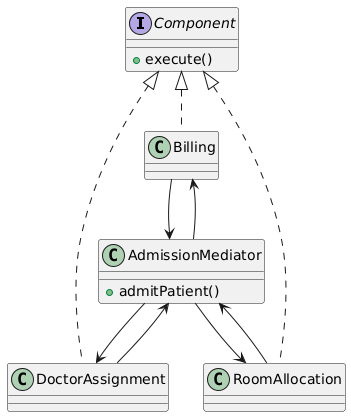
Earlier version of the PlantUML export SWE/Semester2/Deliverable#4/uml/Mediator2.png (MohamedMostafa259/Health-Information-Network).
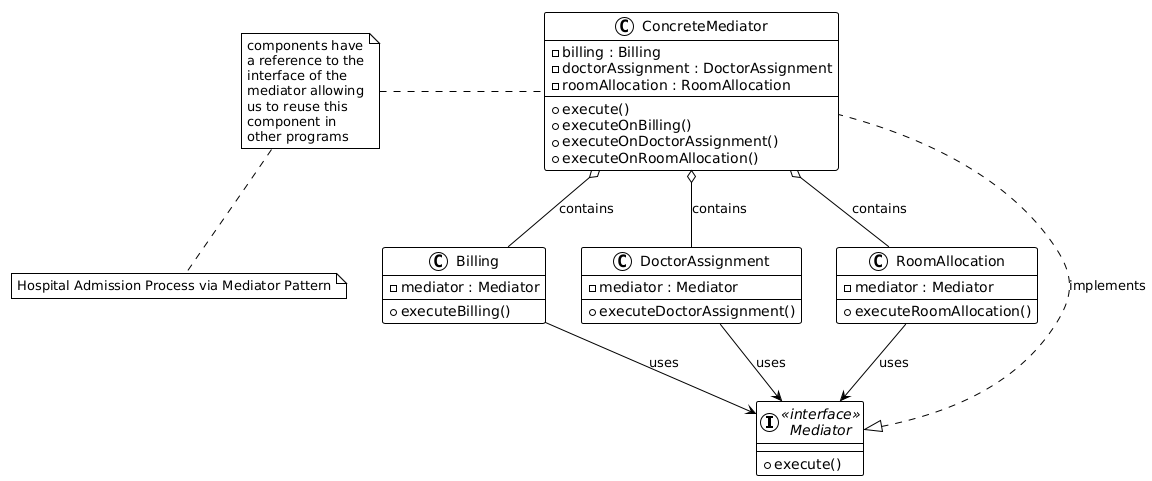
The same file after the commit.

What changed in the source:
```diff
@@ -1,24 +1,44 @@
 @startuml
-interface Component {
-  +execute()
+!theme plain
+
+interface "<<interface>>\nMediator" as IMediator {
+    + execute()
 }
 
-class AdmissionMediator {
-  +admitPatient()
+class ConcreteMediator {
+    - billing : Billing
+    - doctorAssignment : DoctorAssignment
+    - roomAllocation : RoomAllocation
+    + execute()
+    + executeOnBilling()
+    + executeOnDoctorAssignment()
+    + executeOnRoomAllocation()
 }
 
-class Billing
-class DoctorAssignment
-class RoomAllocation
+class Billing {
+    - mediator : Mediator
+    + executeBilling()
+}
 
-Component <|.. Billing
-Component <|.. DoctorAssignment
-Component <|.. RoomAllocation
+class DoctorAssignment {
+    - mediator : Mediator
+    + executeDoctorAssignment()
+}
 
-Billing --> AdmissionMediator
-DoctorAssignment --> AdmissionMediator
-RoomAllocation --> AdmissionMediator
-AdmissionMediator --> Billing
-AdmissionMediator --> DoctorAssignment
-AdmissionMediator --> RoomAllocation
+class RoomAllocation {
+    - mediator : Mediator
+    + executeRoomAllocation()
+}
+
+IMediator <|.. ConcreteMediator : implements
+ConcreteMediator o-- Billing : contains
+ConcreteMediator o-- DoctorAssignment : contains
+ConcreteMediator o-- RoomAllocation : contains
+Billing --> IMediator : uses
+DoctorAssignment --> IMediator : uses
+RoomAllocation --> IMediator : uses
+
+note left of ConcreteMediator : components have\na reference to the\ninterface of the\nmediator allowing\nus to reuse this\ncomponent in\nother programs
+
+note bottom : Hospital Admission Process via Mediator Pattern
 @enduml
```
